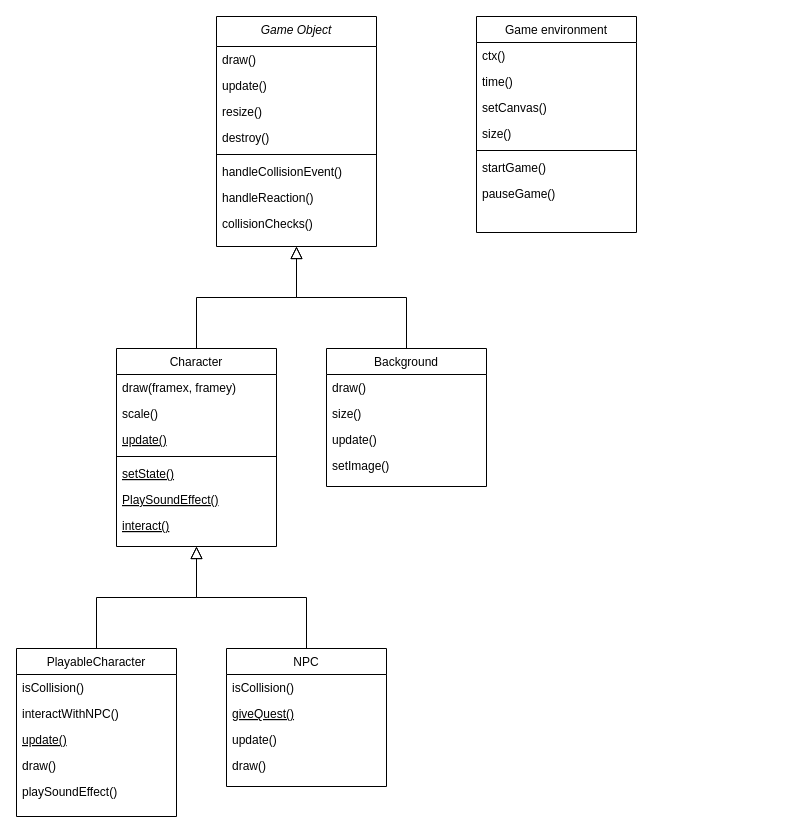
Before: assets/Gameplan.drawio in Nikhile22427/oshinoko, a draw.io diagram. Source tidied: cells renumbered, new cells numbered last; positions are measured from the earlier drawing's top-left corner, leaving out a move shared by most shapes. Both pictures are drawn from the tidied source at 100%, with x=0, y=0 at pixel (16, 16).
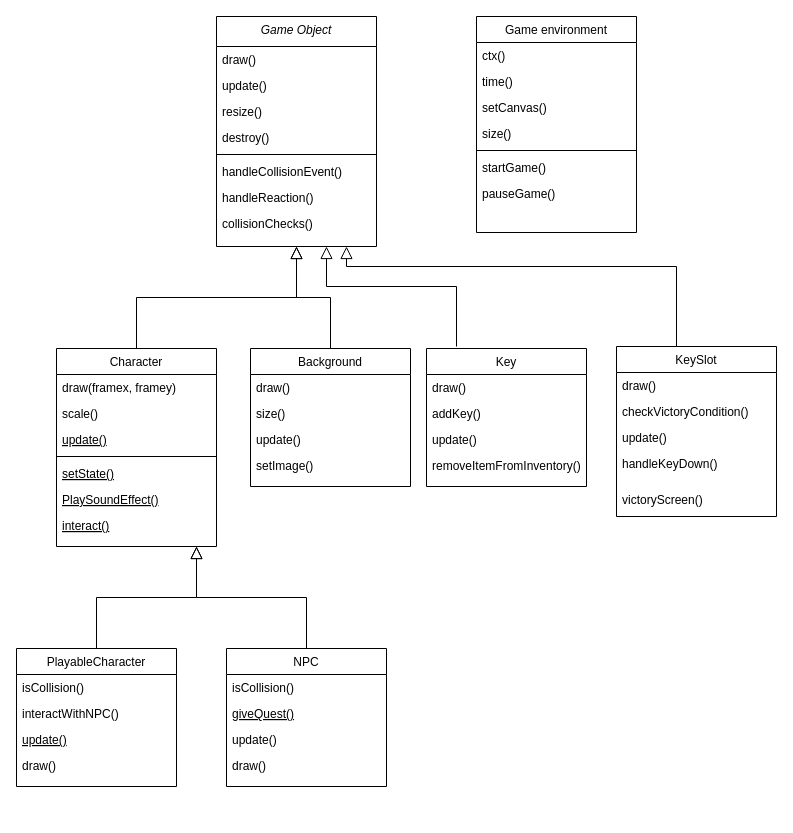
After the change.

Diff of the diagram source:
```diff
@@
     <mxCell id="11" value="Character" style="swimlane;fontStyle=0;align=center;verticalAlign=top;horizontal=1;startSize=26;rounded=0;shadow=0;strokeWidth=1;" parent="1" vertex="1">
-      <mxGeometry x="100" y="332" width="160" height="198" as="geometry" />
+      <mxGeometry x="40" y="332" width="160" height="198" as="geometry" />
     </mxCell>
@@
     <mxCell id="20" value="Background" style="swimlane;fontStyle=0;align=center;verticalAlign=top;horizontal=1;startSize=26;rounded=0;shadow=0;strokeWidth=1;" parent="1" vertex="1">
-      <mxGeometry x="310" y="332" width="160" height="138" as="geometry" />
+      <mxGeometry x="234" y="332" width="160" height="138" as="geometry" />
     </mxCell>
@@
     <mxCell id="35" value="PlayableCharacter" style="swimlane;fontStyle=0;align=center;verticalAlign=top;horizontal=1;startSize=26;rounded=0;shadow=0;strokeWidth=1;" parent="1" vertex="1">
-      <mxGeometry y="632" width="160" height="168" as="geometry" />
+      <mxGeometry y="632" width="160" height="138" as="geometry" />
     </mxCell>
@@
-    <mxCell id="40" value="playSoundEffect()" style="text;align=left;verticalAlign=top;spacingLeft=4;spacingRight=4;overflow=hidden;" parent="35" vertex="1">
-      <mxGeometry y="130" width="160" height="26" as="geometry" />
-    </mxCell>
@@
+    <mxCell id="47" style="endArrow=block;endSize=10;endFill=0;shadow=0;strokeWidth=1;rounded=0;curved=0;edgeStyle=elbowEdgeStyle;elbow=vertical;" parent="1" edge="1">
+      <mxGeometry relative="1" as="geometry">
+        <mxPoint x="440" y="330" as="sourcePoint" />
+        <mxPoint x="310" y="230" as="targetPoint" />
+        <Array as="points">
+          <mxPoint x="390" y="270" />
+        </Array>
+      </mxGeometry>
+    </mxCell>
+    <mxCell id="48" value="Key" style="swimlane;fontStyle=0;align=center;verticalAlign=top;horizontal=1;startSize=26;rounded=0;shadow=0;strokeWidth=1;" parent="1" vertex="1">
+      <mxGeometry x="410" y="332" width="160" height="138" as="geometry" />
+    </mxCell>
+    <mxCell id="49" value="draw()" style="text;align=left;verticalAlign=top;spacingLeft=4;spacingRight=4;overflow=hidden;" parent="48" vertex="1">
+      <mxGeometry y="26" width="160" height="26" as="geometry" />
+    </mxCell>
+    <mxCell id="50" value="addKey()" style="text;align=left;verticalAlign=top;spacingLeft=4;spacingRight=4;overflow=hidden;" parent="48" vertex="1">
+      <mxGeometry y="52" width="160" height="26" as="geometry" />
+    </mxCell>
+    <mxCell id="51" value="update()" style="text;align=left;verticalAlign=top;spacingLeft=4;spacingRight=4;overflow=hidden;" parent="48" vertex="1">
+      <mxGeometry y="78" width="160" height="26" as="geometry" />
+    </mxCell>
+    <mxCell id="52" value="removeItemFromInventory()" style="text;align=left;verticalAlign=top;spacingLeft=4;spacingRight=4;overflow=hidden;" parent="48" vertex="1">
+      <mxGeometry y="104" width="160" height="26" as="geometry" />
+    </mxCell>
+    <mxCell id="53" style="endArrow=block;endSize=10;endFill=0;shadow=0;strokeWidth=1;rounded=0;curved=0;edgeStyle=elbowEdgeStyle;elbow=vertical;" parent="1" edge="1">
+      <mxGeometry relative="1" as="geometry">
+        <mxPoint x="660" y="330" as="sourcePoint" />
+        <mxPoint x="330" y="230" as="targetPoint" />
+        <Array as="points">
+          <mxPoint x="390" y="250" />
+        </Array>
+      </mxGeometry>
+    </mxCell>
+    <mxCell id="54" value="KeySlot" style="swimlane;fontStyle=0;align=center;verticalAlign=top;horizontal=1;startSize=26;rounded=0;shadow=0;strokeWidth=1;" parent="1" vertex="1">
+      <mxGeometry x="600" y="330" width="160" height="170" as="geometry" />
+    </mxCell>
+    <mxCell id="55" value="draw()" style="text;align=left;verticalAlign=top;spacingLeft=4;spacingRight=4;overflow=hidden;" parent="54" vertex="1">
+      <mxGeometry y="26" width="160" height="26" as="geometry" />
+    </mxCell>
+    <mxCell id="56" value="checkVictoryCondition()" style="text;align=left;verticalAlign=top;spacingLeft=4;spacingRight=4;overflow=hidden;" parent="54" vertex="1">
+      <mxGeometry y="52" width="160" height="26" as="geometry" />
+    </mxCell>
+    <mxCell id="57" value="update()" style="text;align=left;verticalAlign=top;spacingLeft=4;spacingRight=4;overflow=hidden;" parent="54" vertex="1">
+      <mxGeometry y="78" width="160" height="26" as="geometry" />
+    </mxCell>
+    <mxCell id="58" value="handleKeyDown()" style="text;align=left;verticalAlign=top;spacingLeft=4;spacingRight=4;overflow=hidden;" parent="54" vertex="1">
+      <mxGeometry y="104" width="160" height="36" as="geometry" />
+    </mxCell>
+    <mxCell id="59" value="victoryScreen()" style="text;align=left;verticalAlign=top;spacingLeft=4;spacingRight=4;overflow=hidden;" parent="54" vertex="1">
+      <mxGeometry y="140" width="160" height="30" as="geometry" />
+    </mxCell>
```
